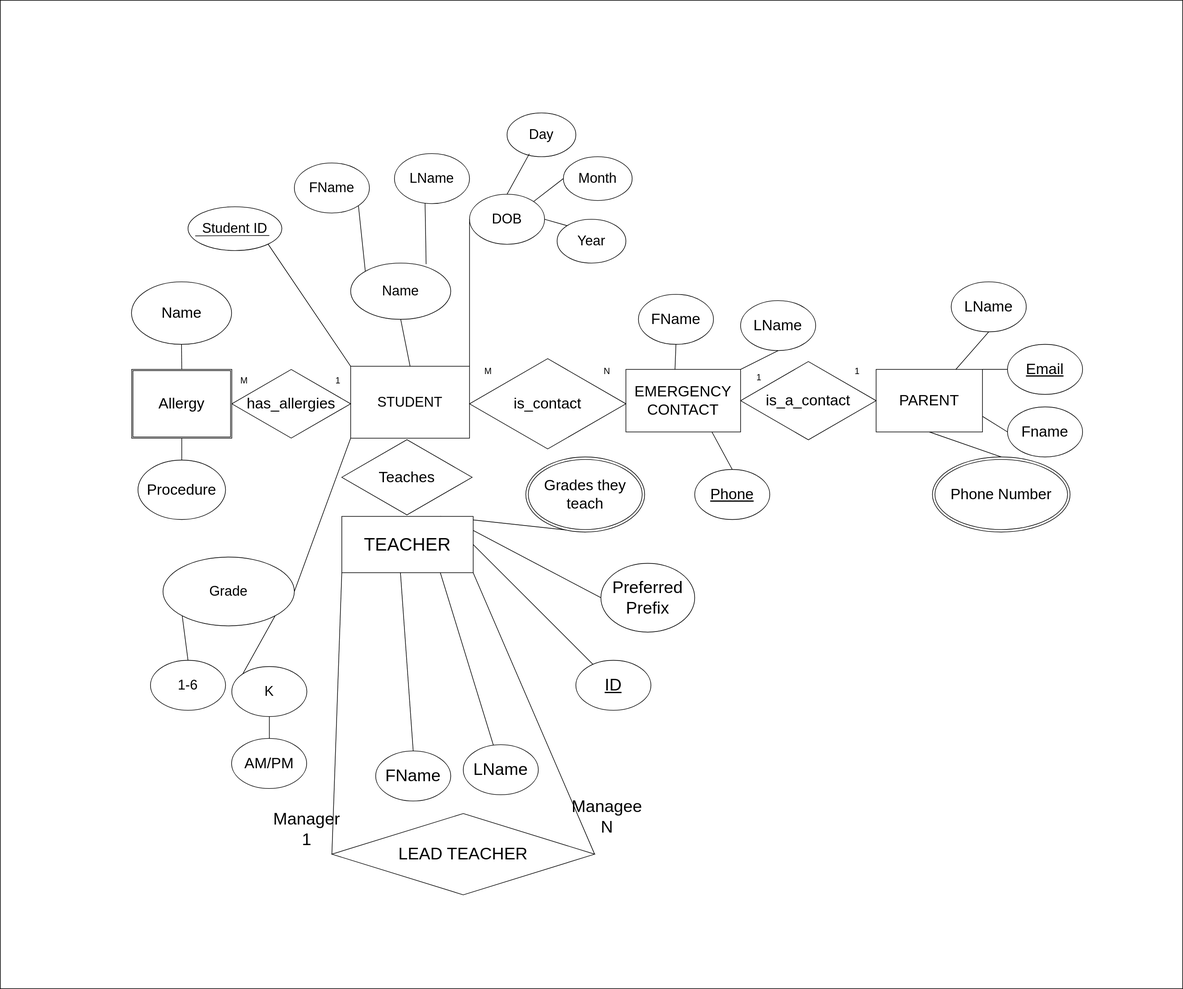
The draw.io diagram models.drawio.svg in MarcTy/ENSF-300-Database-ERD-Models, before a commit. Source tidied: cells renumbered, new cells last; positions are measured from the earlier drawing's top-left corner, leaving out a move shared by most shapes.
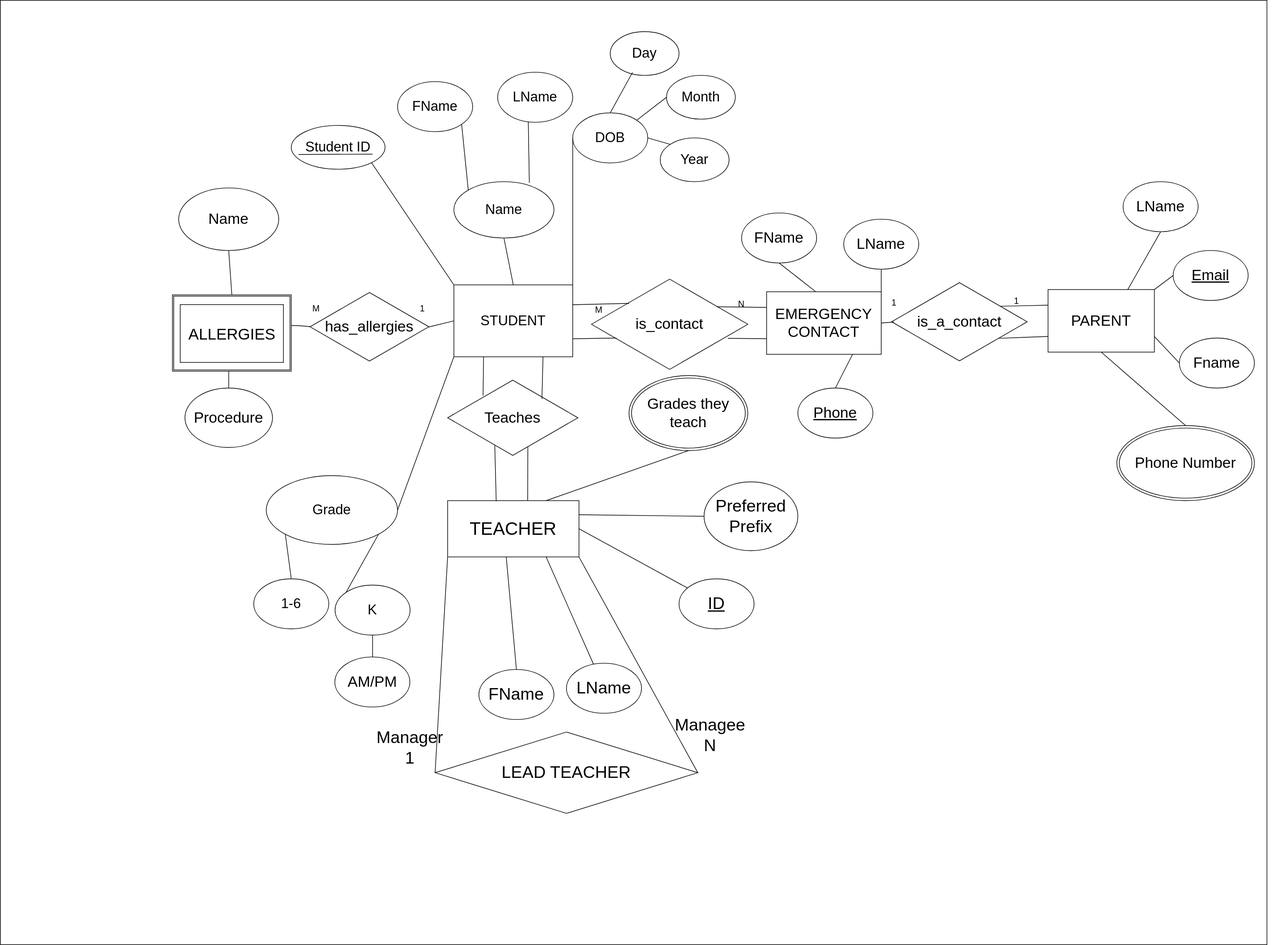
After the commit.

Commit message:
Created lines between relationships and made allergies a key attribute

Diff of the diagram source:
```diff
@@ -2,8 +2,13 @@
   <root>
     <mxCell id="0" />
     <mxCell id="1" parent="0" />
+    <mxCell id="76" style="edgeStyle=none;html=1;exitX=1;exitY=0.5;exitDx=0;exitDy=0;" parent="1" edge="1" source="2">
+      <mxGeometry relative="1" as="geometry">
+        <mxPoint x="1860" y="886" as="targetPoint" />
+      </mxGeometry>
+    </mxCell>
     <mxCell id="2" style="rounded=0;whiteSpace=wrap;html=1;fontSize=14;" parent="1" vertex="1">
-      <mxGeometry width="1890" height="1580" as="geometry" />
+      <mxGeometry x="-165" y="130" width="2025" height="1510" as="geometry" />
     </mxCell>
     <mxCell id="3" value="&lt;font style=&quot;font-size: 22px;&quot;&gt;STUDENT&lt;/font&gt;" style="rounded=0;whiteSpace=wrap;html=1;" parent="1" vertex="1">
       <mxGeometry x="560" y="585" width="190" height="115" as="geometry" />
@@ -108,7 +113,7 @@
       <mxGeometry relative="1" as="geometry" />
     </mxCell>
     <mxCell id="35" value="&lt;font style=&quot;font-size: 29px;&quot;&gt;TEACHER&lt;/font&gt;" style="rounded=0;whiteSpace=wrap;html=1;" parent="1" vertex="1">
-      <mxGeometry x="545.8" y="825" width="210" height="90" as="geometry" />
+      <mxGeometry x="550" y="930" width="210" height="90" as="geometry" />
     </mxCell>
     <mxCell id="36" value="&lt;u&gt;ID&lt;/u&gt;" style="ellipse;whiteSpace=wrap;html=1;fontSize=27;" parent="1" vertex="1">
       <mxGeometry x="920" y="1055" width="120" height="80" as="geometry" />
@@ -144,28 +149,28 @@
       <mxGeometry relative="1" as="geometry" />
     </mxCell>
     <mxCell id="47" value="&lt;font style=&quot;font-size: 24px;&quot;&gt;PARENT&lt;/font&gt;" style="rounded=0;whiteSpace=wrap;html=1;" parent="1" vertex="1">
-      <mxGeometry x="1400" y="590" width="170" height="100" as="geometry" />
+      <mxGeometry x="1510" y="592.5" width="170" height="100" as="geometry" />
     </mxCell>
     <mxCell id="48" value="Fname" style="ellipse;whiteSpace=wrap;html=1;fontSize=24;" parent="1" vertex="1">
-      <mxGeometry x="1610" y="650" width="120" height="80" as="geometry" />
+      <mxGeometry x="1720" y="670" width="120" height="80" as="geometry" />
     </mxCell>
     <mxCell id="49" value="LName" style="ellipse;whiteSpace=wrap;html=1;fontSize=24;" parent="1" vertex="1">
-      <mxGeometry x="1520" y="450" width="120" height="80" as="geometry" />
+      <mxGeometry x="1630" y="420" width="120" height="80" as="geometry" />
     </mxCell>
     <mxCell id="50" value="&lt;u&gt;Email&lt;/u&gt;" style="ellipse;whiteSpace=wrap;html=1;fontSize=24;" parent="1" vertex="1">
-      <mxGeometry x="1610" y="550" width="120" height="80" as="geometry" />
+      <mxGeometry x="1710" y="530" width="120" height="80" as="geometry" />
     </mxCell>
     <mxCell id="51" value="Phone Number" style="ellipse;shape=doubleEllipse;whiteSpace=wrap;html=1;fontSize=24;" parent="1" vertex="1">
-      <mxGeometry x="1490" y="730" width="220" height="120" as="geometry" />
+      <mxGeometry x="1620" y="810" width="220" height="120" as="geometry" />
     </mxCell>
     <mxCell id="52" value="is_a_contact" style="html=1;whiteSpace=wrap;shape=isoRectangle;fontSize=24;" parent="1" vertex="1">
-      <mxGeometry x="1183.3" y="575" width="216.7" height="130" as="geometry" />
+      <mxGeometry x="1260" y="579" width="216.7" height="130" as="geometry" />
     </mxCell>
     <mxCell id="53" value="Grades they teach" style="ellipse;shape=doubleEllipse;whiteSpace=wrap;html=1;fontSize=24;" parent="1" vertex="1">
       <mxGeometry x="840" y="730" width="190" height="120" as="geometry" />
     </mxCell>
     <mxCell id="54" value="EMERGENCY CONTACT" style="rounded=0;whiteSpace=wrap;html=1;fontSize=24;" parent="1" vertex="1">
-      <mxGeometry x="1000" y="590" width="183.3" height="100" as="geometry" />
+      <mxGeometry x="1060" y="596" width="183.3" height="100" as="geometry" />
     </mxCell>
     <mxCell id="55" style="edgeStyle=none;html=1;exitX=0.5;exitY=1;exitDx=0;exitDy=0;entryX=1;entryY=0;entryDx=0;entryDy=0;fontSize=24;endArrow=none;endFill=0;" parent="1" edge="1" source="56" target="54">
       <mxGeometry relative="1" as="geometry" />
@@ -186,49 +191,106 @@
       <mxGeometry x="1110" y="750" width="120" height="80" as="geometry" />
     </mxCell>
     <mxCell id="61" value="is_contact" style="html=1;whiteSpace=wrap;shape=isoRectangle;fontSize=24;" parent="1" vertex="1">
-      <mxGeometry x="750" y="570" width="250" height="150" as="geometry" />
+      <mxGeometry x="780" y="573" width="250" height="150" as="geometry" />
     </mxCell>
     <mxCell id="62" value="Teaches" style="html=1;whiteSpace=wrap;shape=isoRectangle;fontSize=24;" parent="1" vertex="1">
-      <mxGeometry x="545.8" y="700" width="208.3" height="125" as="geometry" />
+      <mxGeometry x="550" y="735" width="208.3" height="125" as="geometry" />
     </mxCell>
     <mxCell id="63" value="AM/PM" style="ellipse;whiteSpace=wrap;html=1;fontSize=24;" parent="1" vertex="1">
       <mxGeometry x="369.7" y="1180" width="120" height="80" as="geometry" />
     </mxCell>
     <mxCell id="64" value="has_allergies" style="html=1;whiteSpace=wrap;shape=isoRectangle;fontSize=24;" parent="1" vertex="1">
-      <mxGeometry x="370" y="588" width="190" height="114" as="geometry" />
+      <mxGeometry x="330" y="595" width="190" height="114" as="geometry" />
     </mxCell>
-    <mxCell id="65" style="edgeStyle=none;html=1;exitX=0.5;exitY=1;exitDx=0;exitDy=0;entryX=0.5;entryY=0;entryDx=0;entryDy=0;fontSize=24;endArrow=none;endFill=0;" parent="1" edge="1" source="67" target="69">
-      <mxGeometry relative="1" as="geometry" />
+    <mxCell id="65" style="edgeStyle=none;html=1;exitX=0.5;exitY=1;exitDx=0;exitDy=0;entryX=0.5;entryY=0;entryDx=0;entryDy=0;fontSize=24;endArrow=none;endFill=0;" parent="1" edge="1" target="69">
+      <mxGeometry relative="1" as="geometry">
+        <mxPoint x="200" y="705" as="sourcePoint" />
+      </mxGeometry>
     </mxCell>
-    <mxCell id="66" style="edgeStyle=none;html=1;exitX=0.5;exitY=0;exitDx=0;exitDy=0;entryX=0.5;entryY=1;entryDx=0;entryDy=0;fontSize=24;endArrow=none;endFill=0;" parent="1" edge="1" source="67" target="68">
+    <mxCell id="66" style="edgeStyle=none;html=1;exitX=0.5;exitY=0;exitDx=0;exitDy=0;entryX=0.5;entryY=1;entryDx=0;entryDy=0;fontSize=24;endArrow=none;endFill=0;" parent="1" edge="1" source="90" target="68">
       <mxGeometry relative="1" as="geometry" />
     </mxCell>
-    <mxCell id="67" value="Allergy" style="shape=ext;double=1;rounded=0;whiteSpace=wrap;html=1;fontSize=24;" parent="1" vertex="1">
-      <mxGeometry x="210" y="590" width="160" height="110" as="geometry" />
-    </mxCell>
     <mxCell id="68" value="Name" style="ellipse;whiteSpace=wrap;html=1;fontSize=24;" parent="1" vertex="1">
-      <mxGeometry x="209.7" y="450" width="160" height="100" as="geometry" />
+      <mxGeometry x="120" y="430" width="160" height="100" as="geometry" />
     </mxCell>
     <mxCell id="69" value="Procedure" style="ellipse;whiteSpace=wrap;html=1;fontSize=24;" parent="1" vertex="1">
-      <mxGeometry x="220" y="735" width="140" height="95" as="geometry" />
+      <mxGeometry x="130" y="750" width="140" height="95" as="geometry" />
     </mxCell>
     <mxCell id="70" value="&lt;font style=&quot;font-size: 14px;&quot;&gt;1&lt;/font&gt;" style="text;html=1;strokeColor=none;fillColor=none;align=center;verticalAlign=middle;whiteSpace=wrap;rounded=0;fontSize=24;" parent="1" vertex="1">
-      <mxGeometry x="510" y="590" width="60" height="30" as="geometry" />
+      <mxGeometry x="480" y="605" width="60" height="30" as="geometry" />
     </mxCell>
     <mxCell id="71" value="&lt;font style=&quot;font-size: 14px;&quot;&gt;M&lt;/font&gt;" style="text;html=1;strokeColor=none;fillColor=none;align=center;verticalAlign=middle;whiteSpace=wrap;rounded=0;fontSize=24;" parent="1" vertex="1">
-      <mxGeometry x="360" y="590" width="60" height="30" as="geometry" />
+      <mxGeometry x="310" y="605" width="60" height="30" as="geometry" />
     </mxCell>
     <mxCell id="72" value="&lt;font style=&quot;font-size: 14px;&quot;&gt;M&lt;/font&gt;" style="text;html=1;strokeColor=none;fillColor=none;align=center;verticalAlign=middle;whiteSpace=wrap;rounded=0;fontSize=24;" parent="1" vertex="1">
-      <mxGeometry x="750" y="575" width="60" height="30" as="geometry" />
+      <mxGeometry x="762" y="607" width="60" height="30" as="geometry" />
     </mxCell>
     <mxCell id="73" value="&lt;font style=&quot;font-size: 14px;&quot;&gt;N&lt;/font&gt;" style="text;html=1;strokeColor=none;fillColor=none;align=center;verticalAlign=middle;whiteSpace=wrap;rounded=0;fontSize=24;" parent="1" vertex="1">
-      <mxGeometry x="940" y="575" width="60" height="30" as="geometry" />
+      <mxGeometry x="990" y="598" width="60" height="30" as="geometry" />
     </mxCell>
     <mxCell id="74" value="&lt;font style=&quot;font-size: 14px;&quot;&gt;1&lt;/font&gt;" style="text;html=1;strokeColor=none;fillColor=none;align=center;verticalAlign=middle;whiteSpace=wrap;rounded=0;fontSize=24;" parent="1" vertex="1">
-      <mxGeometry x="1183.3" y="585" width="60" height="30" as="geometry" />
+      <mxGeometry x="1234" y="596" width="60" height="30" as="geometry" />
     </mxCell>
     <mxCell id="75" value="&lt;font style=&quot;font-size: 14px;&quot;&gt;1&lt;/font&gt;" style="text;html=1;strokeColor=none;fillColor=none;align=center;verticalAlign=middle;whiteSpace=wrap;rounded=0;fontSize=24;" parent="1" vertex="1">
-      <mxGeometry x="1340" y="575" width="60" height="30" as="geometry" />
+      <mxGeometry x="1430" y="592.5" width="60" height="30" as="geometry" />
     </mxCell>
+    <mxCell id="77" style="endArrow=none;html=1;entryX=0;entryY=0.5;entryDx=0;entryDy=0;exitX=0.997;exitY=0.504;exitDx=0;exitDy=0;exitPerimeter=0;" parent="1" edge="1" source="64" target="3">
+      <mxGeometry relative="1" as="geometry" />
+    </mxCell>
+    <mxCell id="78" style="endArrow=none;html=1;entryX=0.004;entryY=0.499;entryDx=0;entryDy=0;entryPerimeter=0;exitX=1;exitY=0.5;exitDx=0;exitDy=0;" parent="1" edge="1" target="64">
+      <mxGeometry relative="1" as="geometry">
+        <mxPoint x="280" y="650" as="sourcePoint" />
+        <Array as="points">
+          <mxPoint x="310" y="650" />
+        </Array>
+      </mxGeometry>
+    </mxCell>
+    <mxCell id="79" style="endArrow=none;html=1;entryX=0.616;entryY=0.871;entryDx=0;entryDy=0;entryPerimeter=0;" parent="1" edge="1" target="62">
+      <mxGeometry relative="1" as="geometry">
+        <mxPoint x="678" y="930" as="sourcePoint" />
+      </mxGeometry>
+    </mxCell>
+    <mxCell id="80" style="endArrow=none;html=1;exitX=0.37;exitY=0.011;exitDx=0;exitDy=0;exitPerimeter=0;entryX=0.362;entryY=0.852;entryDx=0;entryDy=0;entryPerimeter=0;" parent="1" edge="1" source="35" target="62">
+      <mxGeometry relative="1" as="geometry" />
+    </mxCell>
+    <mxCell id="81" style="endArrow=none;html=1;entryX=0.75;entryY=1;entryDx=0;entryDy=0;exitX=0.724;exitY=0.259;exitDx=0;exitDy=0;exitPerimeter=0;" parent="1" edge="1" source="62" target="3">
+      <mxGeometry relative="1" as="geometry" />
+    </mxCell>
+    <mxCell id="82" style="endArrow=none;html=1;exitX=0.272;exitY=0.217;exitDx=0;exitDy=0;exitPerimeter=0;entryX=0.25;entryY=1;entryDx=0;entryDy=0;" parent="1" edge="1" source="62" target="3">
+      <mxGeometry relative="1" as="geometry" />
+    </mxCell>
+    <mxCell id="83" style="endArrow=none;html=1;entryX=0;entryY=0.25;entryDx=0;entryDy=0;exitX=0.804;exitY=0.309;exitDx=0;exitDy=0;exitPerimeter=0;" parent="1" edge="1" source="52" target="47">
+      <mxGeometry relative="1" as="geometry" />
+    </mxCell>
+    <mxCell id="84" style="endArrow=none;html=1;exitX=0.793;exitY=0.703;exitDx=0;exitDy=0;exitPerimeter=0;entryX=0;entryY=0.75;entryDx=0;entryDy=0;" parent="1" edge="1" source="52" target="47">
+      <mxGeometry relative="1" as="geometry" />
+    </mxCell>
+    <mxCell id="85" style="endArrow=none;html=1;exitX=1;exitY=0.5;exitDx=0;exitDy=0;entryX=0.016;entryY=0.503;entryDx=0;entryDy=0;entryPerimeter=0;" parent="1" edge="1" source="54" target="52">
+      <mxGeometry relative="1" as="geometry" />
+    </mxCell>
+    <mxCell id="86" style="endArrow=none;html=1;exitX=1;exitY=0.25;exitDx=0;exitDy=0;entryX=0.241;entryY=0.277;entryDx=0;entryDy=0;entryPerimeter=0;" parent="1" edge="1" target="61">
+      <mxGeometry relative="1" as="geometry">
+        <mxPoint x="750" y="616.8" as="sourcePoint" />
+      </mxGeometry>
+    </mxCell>
+    <mxCell id="87" style="endArrow=none;html=1;exitX=1;exitY=0.75;exitDx=0;exitDy=0;" parent="1" edge="1" source="3">
+      <mxGeometry relative="1" as="geometry">
+        <mxPoint x="820" y="670" as="targetPoint" />
+      </mxGeometry>
+    </mxCell>
+    <mxCell id="88" style="endArrow=none;html=1;exitX=0.872;exitY=0.65;exitDx=0;exitDy=0;exitPerimeter=0;entryX=0;entryY=0.75;entryDx=0;entryDy=0;" parent="1" edge="1" source="61" target="54">
+      <mxGeometry relative="1" as="geometry" />
+    </mxCell>
+    <mxCell id="89" style="endArrow=none;html=1;entryX=0;entryY=0.25;entryDx=0;entryDy=0;" parent="1" edge="1" target="54">
+      <mxGeometry relative="1" as="geometry">
+        <mxPoint x="980" y="620" as="sourcePoint" />
+      </mxGeometry>
+    </mxCell>
+    <mxCell id="90" value="&lt;font style=&quot;font-size: 25px;&quot;&gt;ALLERGIES&lt;/font&gt;" style="shape=ext;double=1;rounded=0;whiteSpace=wrap;html=1;" parent="1" vertex="1">
+      <mxGeometry x="110" y="601" width="190" height="122" as="geometry" />
+    </mxCell>
+    <mxCell id="91" value="ALLERGIES" style="rounded=0;whiteSpace=wrap;html=1;fontSize=25;" parent="1" vertex="1">
+      <mxGeometry x="122.5" y="616.5" width="165" height="92.5" as="geometry" />
+    </mxCell>
   </root>
 </mxGraphModel>
```
